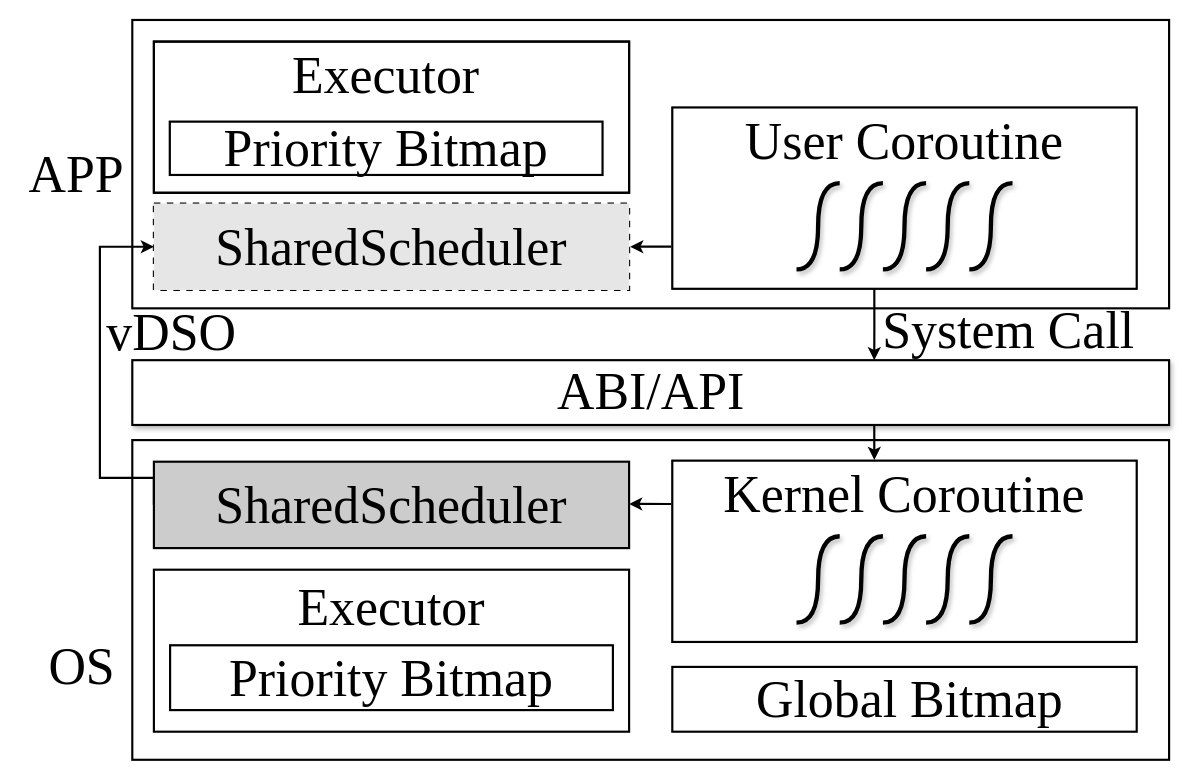
Before: Article/assets/arch.drawio in zflcs/SharedScheduler, a draw.io diagram. Source tidied: cells renumbered, new cells numbered last; positions are measured from the earlier drawing's top-left corner, leaving out a move shared by most shapes. Both pictures are drawn from the tidied source at 108%, with x=0, y=0 at pixel (23, 19).
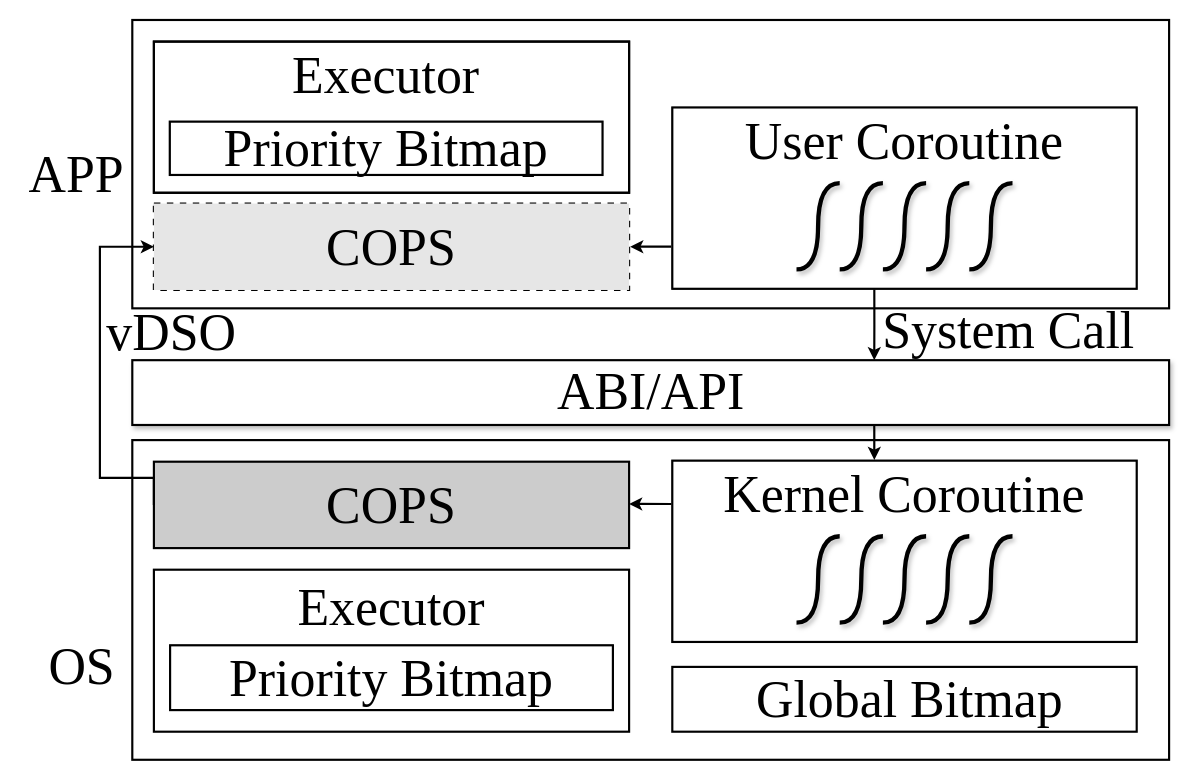
The same diagram, later.

Unchanged cells that the change refers to:
```xml
<mxCell id="6" style="group;shadow=0;fontFamily=Times New Roman;fontSize=48;fillColor=#CCCCCC;" parent="1" vertex="1">
  <mxGeometry x="121" y="409" width="440" height="80" as="geometry" />
</mxCell>
<mxCell id="18" style="group;shadow=0;fontFamily=Times New Roman;fontSize=48;strokeColor=default;strokeWidth=2;dashed=1;" parent="1" vertex="1">
  <mxGeometry x="121" y="170" width="440" height="80" as="geometry" />
</mxCell>
```

The edit, as a diff of the source:
```diff
@@
-    <mxCell id="8" value="&lt;font style=&quot;font-size: 48px;&quot;&gt;&lt;span style=&quot;font-size: 48px;&quot;&gt;SharedScheduler&lt;/span&gt;&lt;/font&gt;" style="text;strokeColor=none;align=center;fillColor=none;html=1;verticalAlign=middle;whiteSpace=wrap;rounded=0;strokeWidth=1;shadow=0;fontFamily=Times New Roman;fontSize=48;" parent="6" vertex="1">
+    <mxCell id="8" value="&lt;font style=&quot;font-size: 48px;&quot;&gt;&lt;span style=&quot;font-size: 48px;&quot;&gt;COPS&lt;/span&gt;&lt;/font&gt;" style="text;strokeColor=none;align=center;fillColor=none;html=1;verticalAlign=middle;whiteSpace=wrap;rounded=0;strokeWidth=1;shadow=0;fontFamily=Times New Roman;fontSize=48;" parent="6" vertex="1">
       <mxGeometry x="36.2" y="23.6" width="367.7" height="32.7" as="geometry" />
     </mxCell>
@@
-    <mxCell id="20" value="&lt;font style=&quot;font-size: 48px;&quot;&gt;&lt;span style=&quot;font-size: 48px;&quot;&gt;SharedScheduler&lt;/span&gt;&lt;/font&gt;" style="text;strokeColor=none;align=center;fillColor=none;html=1;verticalAlign=middle;whiteSpace=wrap;rounded=0;strokeWidth=1;shadow=1;fontFamily=Times New Roman;fontSize=48;" parent="18" vertex="1">
+    <mxCell id="20" value="&lt;font style=&quot;font-size: 48px;&quot;&gt;&lt;span style=&quot;font-size: 48px;&quot;&gt;COPS&lt;/span&gt;&lt;/font&gt;" style="text;strokeColor=none;align=center;fillColor=none;html=1;verticalAlign=middle;whiteSpace=wrap;rounded=0;strokeWidth=1;shadow=1;fontFamily=Times New Roman;fontSize=48;" parent="18" vertex="1">
       <mxGeometry x="36.2" y="23.6" width="367.7" height="32.7" as="geometry" />
     </mxCell>
```
